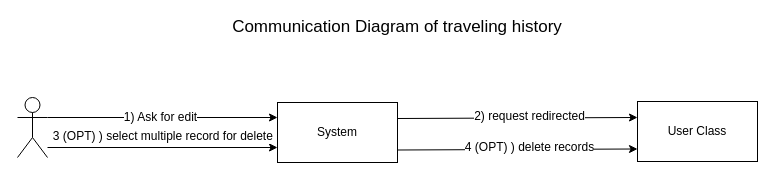
Earlier version of the draw.io diagram Behavioral Modeling/Communication Diagram/CD_traveling history.drawio (kargaranamir/Travelink). Source tidied: cells renumbered, new cells numbered last; positions are measured from the earlier drawing's top-left corner, leaving out a move shared by most shapes. Both pictures are drawn from the tidied source at 100%, with x=0, y=0 at pixel (17, 17).
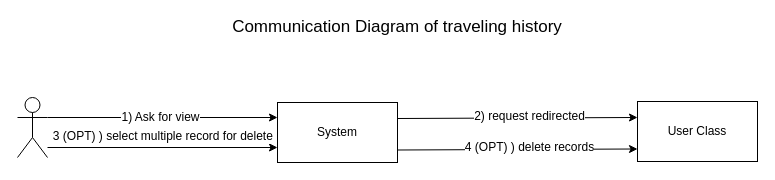
After the change.

Change to the diagram source:
```diff
@@
 <mxGraphModel>
   <root>
     <mxCell id="0" />
     <mxCell id="1" parent="0" />
     <mxCell id="2" style="shape=umlActor;verticalLabelPosition=bottom;labelBackgroundColor=#ffffff;verticalAlign=top;html=1;outlineConnect=0;" parent="1" vertex="1">
       <mxGeometry y="80" width="30" height="60" as="geometry" />
     </mxCell>
     <mxCell id="3" value="System" style="rounded=0;whiteSpace=wrap;html=1;" parent="1" vertex="1">
       <mxGeometry x="260" y="85" width="120" height="60" as="geometry" />
     </mxCell>
     <mxCell id="4" value="&lt;span&gt;User Class&lt;/span&gt;" style="rounded=0;whiteSpace=wrap;html=1;" parent="1" vertex="1">
       <mxGeometry x="620" y="84" width="120" height="60" as="geometry" />
     </mxCell>
     <mxCell id="5" style="endArrow=classic;html=1;entryX=0;entryY=0.25;entryDx=0;entryDy=0;exitX=1;exitY=0.3333333333333333;exitDx=0;exitDy=0;exitPerimeter=0;" parent="1" edge="1" source="2" target="3">
       <mxGeometry relative="1" as="geometry" />
     </mxCell>
-    <mxCell id="6" value="&lt;span&gt;1) Ask for edit&lt;/span&gt;&lt;br&gt;" style="text;html=1;align=center;verticalAlign=middle;labelBackgroundColor=#ffffff;" parent="5" vertex="1">
+    <mxCell id="6" value="&lt;span&gt;1) Ask for view&lt;/span&gt;&lt;br&gt;" style="text;html=1;align=center;verticalAlign=middle;labelBackgroundColor=#ffffff;" parent="5" vertex="1">
       <mxGeometry x="-0.03" y="1" relative="1" as="geometry" />
     </mxCell>
     <mxCell id="7" style="endArrow=classic;html=1;exitX=1;exitY=0.25;exitDx=0;exitDy=0;entryX=0;entryY=0.25;entryDx=0;entryDy=0;" parent="1" edge="1">
       <mxGeometry relative="1" as="geometry">
         <mxPoint x="380" y="132.5" as="sourcePoint" />
         <mxPoint x="620" y="131.5" as="targetPoint" />
       </mxGeometry>
     </mxCell>
     <mxCell id="8" value="&lt;span&gt;4 (OPT) ) delete records&lt;/span&gt;&lt;br&gt;" style="text;html=1;align=center;verticalAlign=middle;labelBackgroundColor=#ffffff;" parent="7" vertex="1">
       <mxGeometry x="0.21" relative="1" as="geometry">
         <mxPoint x="-13" y="-2" as="offset" />
       </mxGeometry>
     </mxCell>
     <mxCell id="9" value="&lt;font style=&quot;font-size: 17px&quot;&gt;Communication Diagram of traveling history&lt;/font&gt;" style="text;html=1;strokeColor=none;fillColor=none;align=center;verticalAlign=middle;whiteSpace=wrap;rounded=0;" parent="1" vertex="1">
       <mxGeometry x="140" width="480" height="20" as="geometry" />
     </mxCell>
     <mxCell id="10" style="endArrow=classic;html=1;entryX=0;entryY=0.75;entryDx=0;entryDy=0;" parent="1" edge="1" target="3">
       <mxGeometry relative="1" as="geometry">
         <mxPoint x="30" y="130" as="sourcePoint" />
       </mxGeometry>
     </mxCell>
     <mxCell id="11" value="&lt;span&gt;3 (OPT) ) select multiple record for delete&amp;nbsp;&lt;/span&gt;&lt;br&gt;" style="text;html=1;align=center;verticalAlign=middle;labelBackgroundColor=#ffffff;" parent="10" vertex="1">
       <mxGeometry x="-0.03" y="1" relative="1" as="geometry">
         <mxPoint x="4" y="-11" as="offset" />
       </mxGeometry>
     </mxCell>
     <mxCell id="12" style="endArrow=classic;html=1;exitX=1;exitY=0.25;exitDx=0;exitDy=0;entryX=0;entryY=0.25;entryDx=0;entryDy=0;" parent="1" edge="1">
       <mxGeometry relative="1" as="geometry">
         <mxPoint x="380" y="101" as="sourcePoint" />
         <mxPoint x="620" y="100" as="targetPoint" />
       </mxGeometry>
     </mxCell>
     <mxCell id="13" value="&lt;span&gt;2) request redirected&lt;/span&gt;&lt;br&gt;" style="text;html=1;align=center;verticalAlign=middle;labelBackgroundColor=#ffffff;" parent="12" vertex="1">
       <mxGeometry x="0.21" relative="1" as="geometry">
         <mxPoint x="-13" y="-2" as="offset" />
       </mxGeometry>
     </mxCell>
   </root>
 </mxGraphModel>
```
